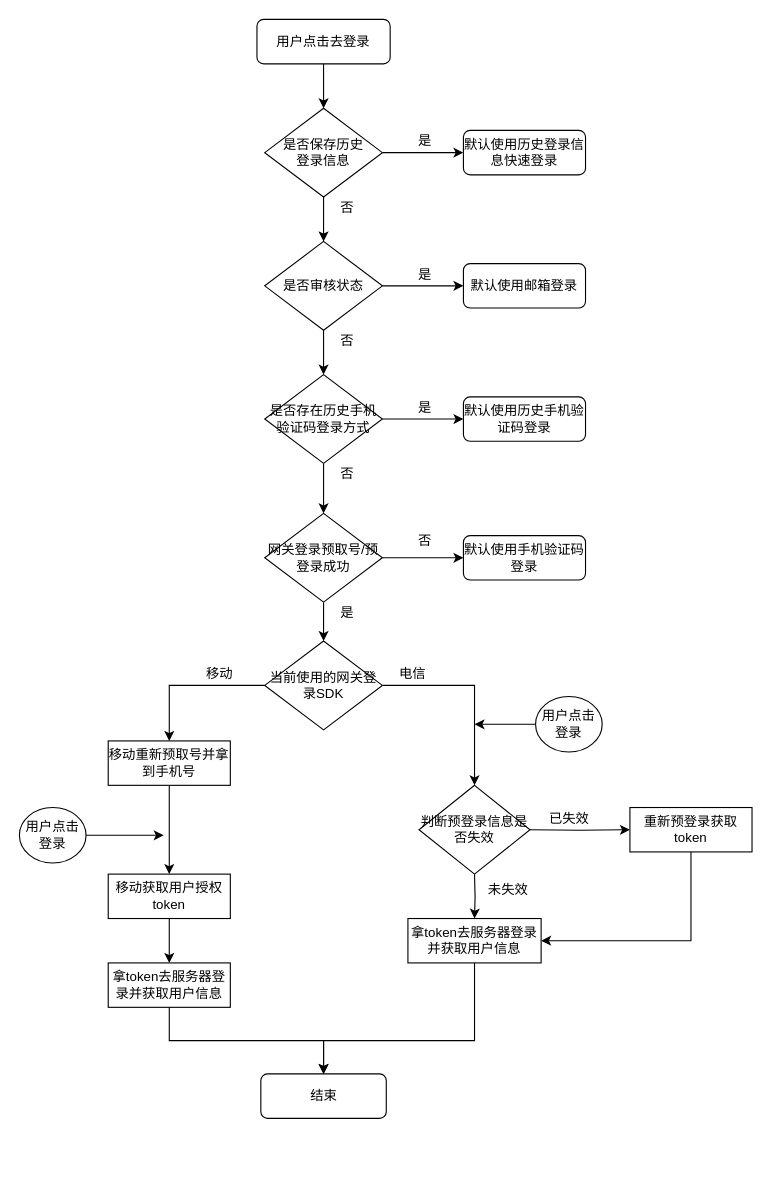
This is page "网关登录-登录流程" (2 of 2) of 网关登录.drawio from yuanmeibin/draw, a draw.io file, before an edit. Source tidied: cells renumbered, new cells numbered last; positions are measured from the earlier drawing's top-left corner, leaving out a move shared by most shapes. Both pictures are drawn from the tidied source at 111%, with x=0, y=0 at pixel (19, 19).
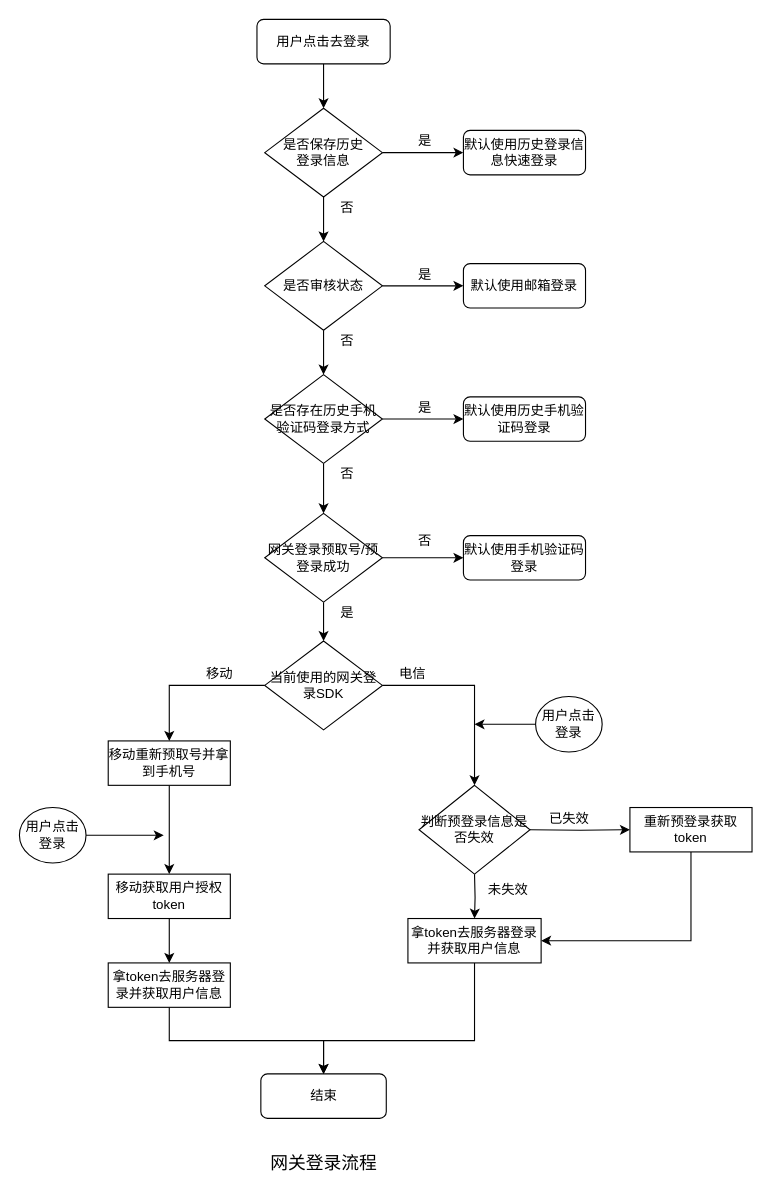
Above is the later version.

Commit message (it also covers changes not shown here):
更新网关登录.drawio

Change to the diagram source:
```diff
@@
+    <mxCell id="53" value="&lt;font style=&quot;font-size: 16px&quot;&gt;网关登录流程&lt;/font&gt;" style="text;html=1;strokeColor=none;fillColor=none;align=center;verticalAlign=middle;whiteSpace=wrap;rounded=0;" parent="1" vertex="1">
+      <mxGeometry x="201.5" y="1010" width="145" height="40" as="geometry" />
+    </mxCell>
```
